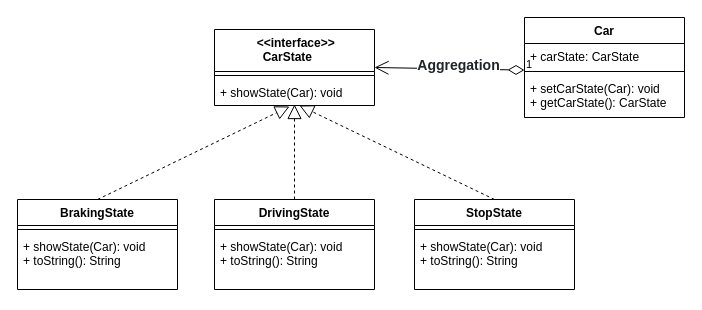
Above: design-pattern/src/main/resources/state.drawio in Jackson-zhanganbing/spring-test (draw.io), before the change. Source tidied: cells renumbered, new cells numbered last; positions are measured from the earlier drawing's top-left corner, leaving out a move shared by most shapes. Both pictures are drawn from the tidied source at 100%, with x=0, y=0 at pixel (17, 17).
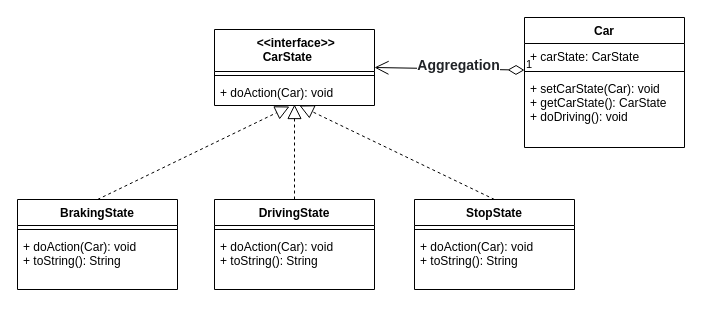
After the change.

The change refers to these unchanged cells:
```xml
<mxCell id="2" value=" &lt;&lt;interface&gt;&gt;&#10;CarState    " style="swimlane;fontStyle=1;align=center;verticalAlign=top;horizontal=1;startSize=42;" parent="1" vertex="1">
  <mxGeometry x="197" y="12" width="160" height="76" as="geometry" />
</mxCell>
<mxCell id="5" value="BrakingState" style="swimlane;fontStyle=1;align=center;verticalAlign=top;horizontal=1;startSize=26;" parent="1" vertex="1">
  <mxGeometry y="182" width="160" height="90" as="geometry" />
</mxCell>
<mxCell id="10" value="DrivingState" style="swimlane;fontStyle=1;align=center;verticalAlign=top;horizontal=1;startSize=26;" parent="1" vertex="1">
  <mxGeometry x="197" y="182" width="160" height="90" as="geometry" />
</mxCell>
<mxCell id="13" value="StopState" style="swimlane;fontStyle=1;align=center;verticalAlign=top;horizontal=1;startSize=26;" parent="1" vertex="1">
  <mxGeometry x="397" y="182" width="160" height="90" as="geometry" />
</mxCell>
```

What changed in the source:
```diff
@@
-    <mxCell id="4" value="+ showState(Car): void" style="text;strokeColor=none;fillColor=none;align=left;verticalAlign=top;spacingLeft=4;spacingRight=4;overflow=hidden;points=[[0,0.5],[1,0.5]];portConstraint=eastwest;" parent="2" vertex="1">
+    <mxCell id="4" value="+ doAction(Car): void" style="text;strokeColor=none;fillColor=none;align=left;verticalAlign=top;spacingLeft=4;spacingRight=4;overflow=hidden;points=[[0,0.5],[1,0.5]];portConstraint=eastwest;" parent="2" vertex="1">
       <mxGeometry y="50" width="160" height="26" as="geometry" />
     </mxCell>
@@
-    <mxCell id="7" value="+ showState(Car): void&#10;+ toString(): String" style="text;strokeColor=none;fillColor=none;align=left;verticalAlign=top;spacingLeft=4;spacingRight=4;overflow=hidden;" parent="5" vertex="1">
+    <mxCell id="7" value="+ doAction(Car): void&#10;+ toString(): String" style="text;strokeColor=none;fillColor=none;align=left;verticalAlign=top;spacingLeft=4;spacingRight=4;overflow=hidden;" parent="5" vertex="1">
       <mxGeometry y="34" width="160" height="56" as="geometry" />
     </mxCell>
@@
-    <mxCell id="12" value="+ showState(Car): void&#10;+ toString(): String" style="text;strokeColor=none;fillColor=none;align=left;verticalAlign=top;spacingLeft=4;spacingRight=4;overflow=hidden;" parent="10" vertex="1">
+    <mxCell id="12" value="+ doAction(Car): void&#10;+ toString(): String" style="text;strokeColor=none;fillColor=none;align=left;verticalAlign=top;spacingLeft=4;spacingRight=4;overflow=hidden;" parent="10" vertex="1">
       <mxGeometry y="34" width="160" height="56" as="geometry" />
     </mxCell>
@@
-    <mxCell id="15" value="+ showState(Car): void&#10;+ toString(): String" style="text;strokeColor=none;fillColor=none;align=left;verticalAlign=top;spacingLeft=4;spacingRight=4;overflow=hidden;" parent="13" vertex="1">
+    <mxCell id="15" value="+ doAction(Car): void&#10;+ toString(): String" style="text;strokeColor=none;fillColor=none;align=left;verticalAlign=top;spacingLeft=4;spacingRight=4;overflow=hidden;" parent="13" vertex="1">
       <mxGeometry y="34" width="160" height="56" as="geometry" />
     </mxCell>
@@
     <mxCell id="17" value="Car" style="swimlane;fontStyle=1;align=center;verticalAlign=top;horizontal=1;startSize=26;" parent="1" vertex="1">
-      <mxGeometry x="507" width="160" height="100" as="geometry" />
+      <mxGeometry x="507" width="160" height="130" as="geometry" />
     </mxCell>
@@
-    <mxCell id="20" value="+ setCarState(Car): void&#10;+ getCarState(): CarState" style="text;strokeColor=none;fillColor=none;align=left;verticalAlign=top;spacingLeft=4;spacingRight=4;overflow=hidden;" parent="17" vertex="1">
-      <mxGeometry y="58" width="160" height="42" as="geometry" />
+    <mxCell id="20" value="+ setCarState(Car): void&#10;+ getCarState(): CarState&#10;+ doDriving(): void" style="text;strokeColor=none;fillColor=none;align=left;verticalAlign=top;spacingLeft=4;spacingRight=4;overflow=hidden;" parent="17" vertex="1">
+      <mxGeometry y="58" width="160" height="72" as="geometry" />
     </mxCell>
```
